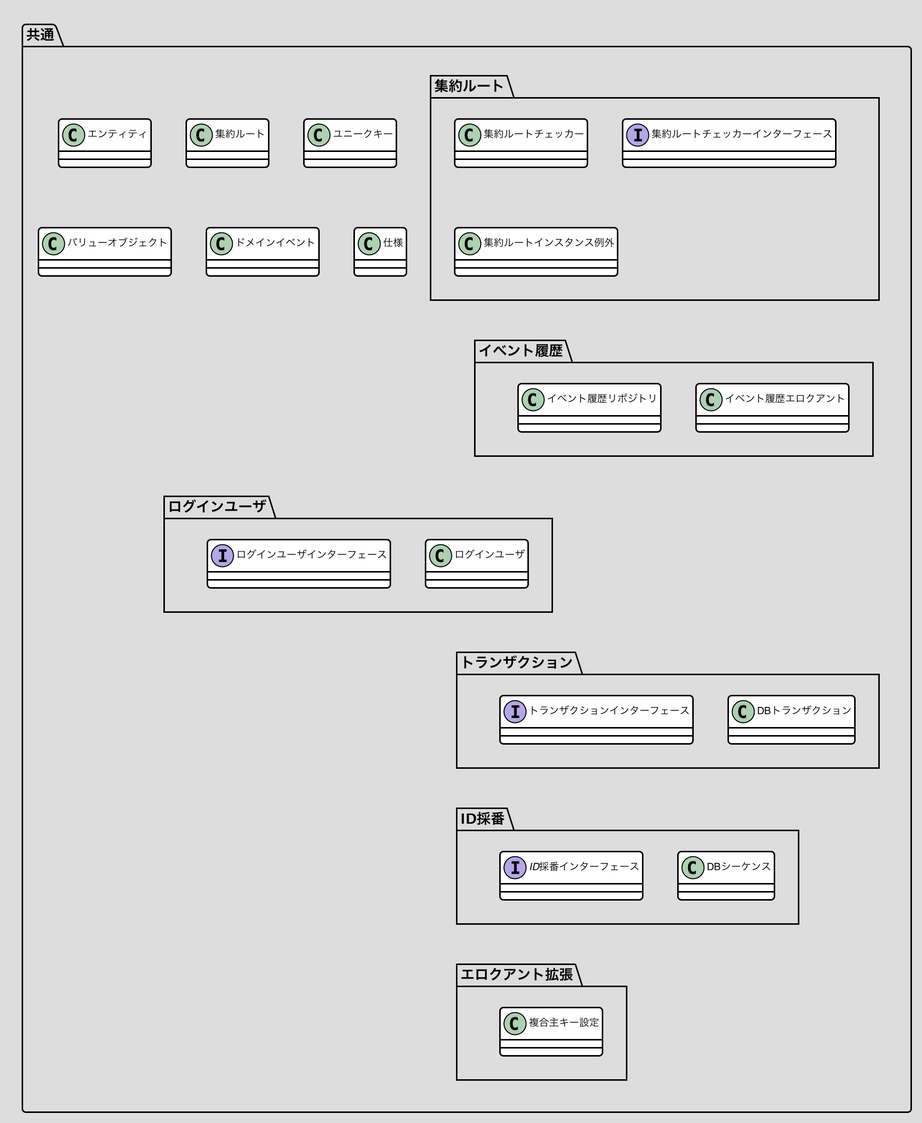
Before: docs/画像/共通.png, a diagram exported from PlantUML (nomura-kainos/japanese-ddd-sample).
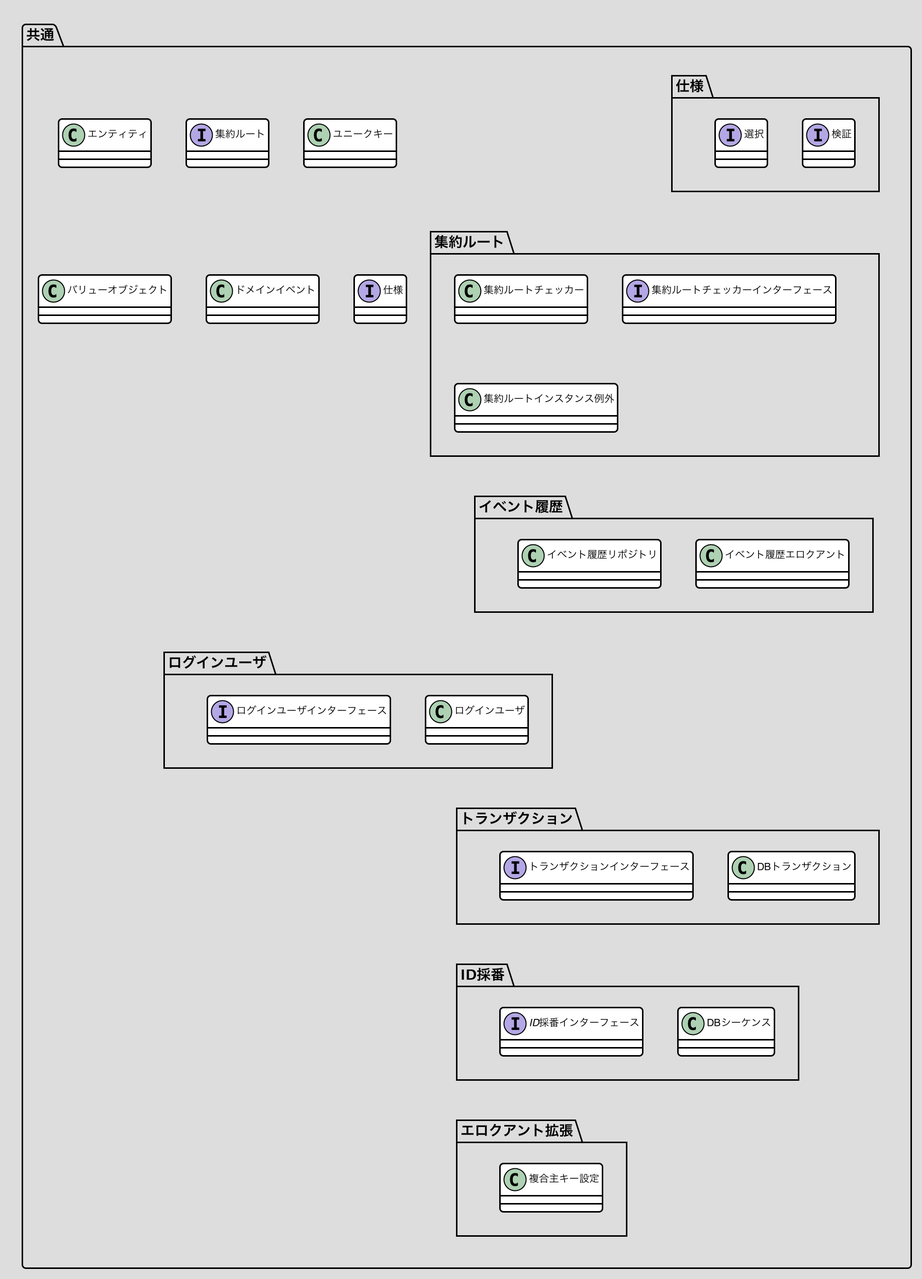
The same file after the commit.

What changed in the source:
```diff
@@ -50,6 +50,7 @@
 skinparam ArrowColor 454645
 skinparam FontColor 454645
 
+_仕様 -[hidden]-> _集約ルート
 _集約ルート -[hidden]--> イベント履歴
 イベント履歴 -[hidden]-> ログインユーザ
 ログインユーザ -[hidden]-> トランザクション
@@ -58,11 +59,15 @@
 
 package 共通 <<Folder>> {
   class エンティティ
-  class 集約ルート
+  interface 集約ルート
   class ユニークキー
   class バリューオブジェクト
   class ドメインイベント
-  class 仕様
+  interface 仕様
+  package 仕様 as _仕様 {
+   interface 検証
+   interface 選択
+  }
   package 集約ルート as _集約ルート {
    class 集約ルートチェッカー
    interface 集約ルートチェッカーインターフェース
```
